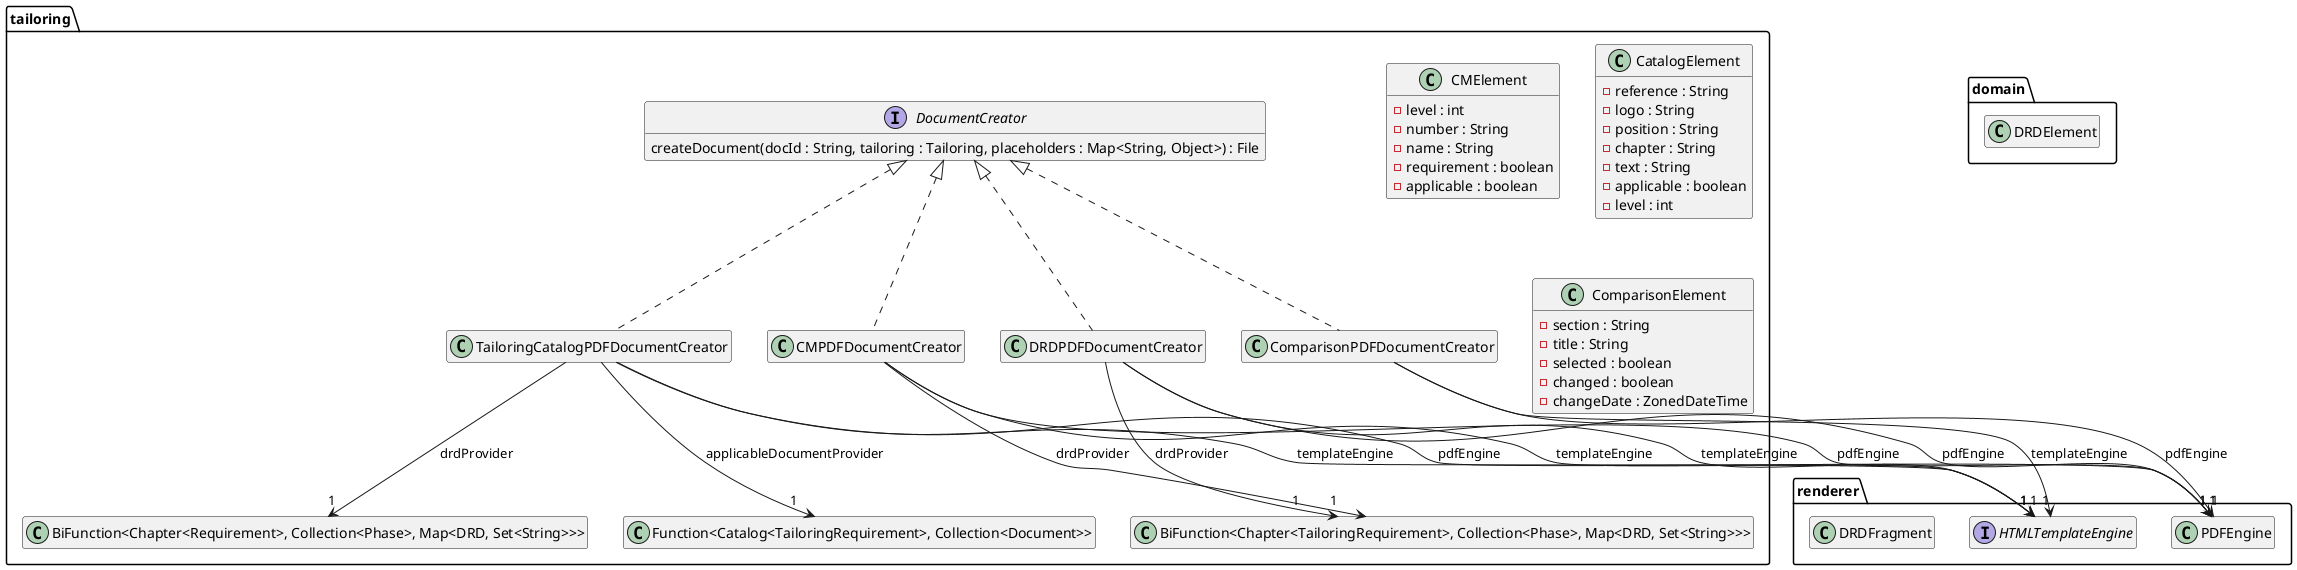
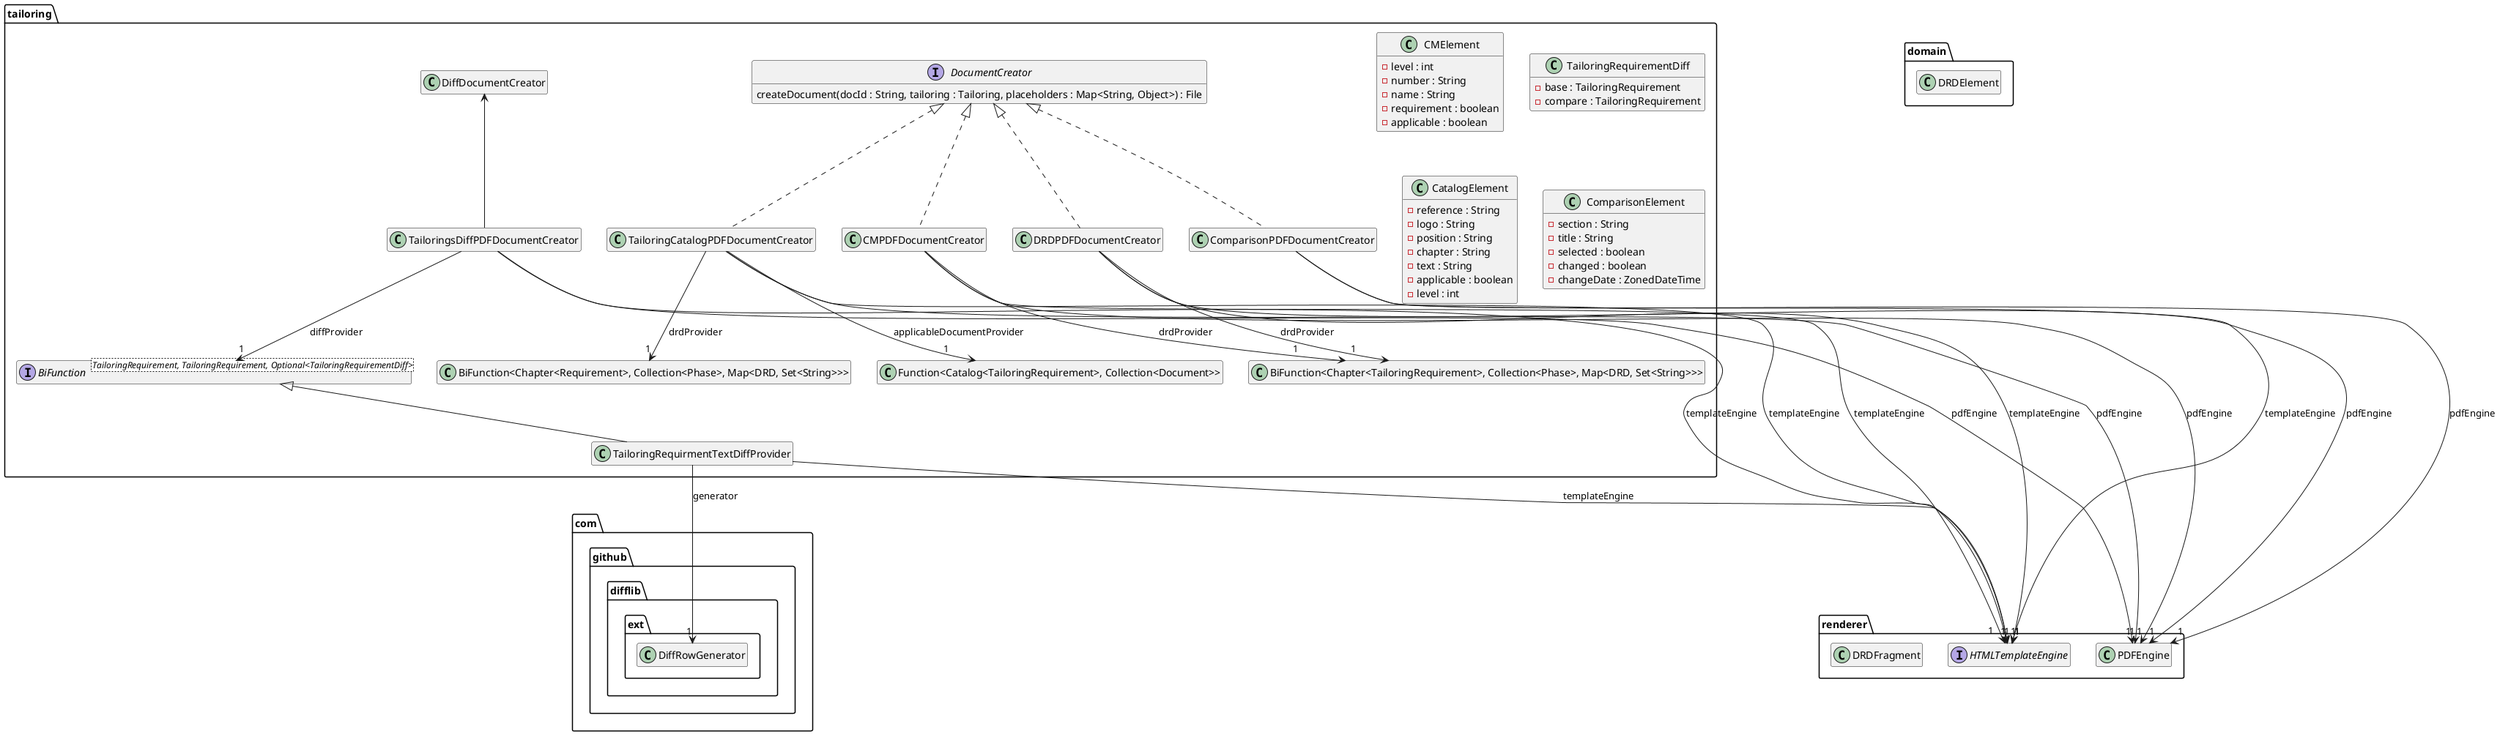
@startuml Ebene3.png
hide empty members
+ 
+ package com.github.difflib.ext {
+     class DiffRowGenerator
+ }

package domain {
    class DRDElement
}
package renderer {
    interface HTMLTemplateEngine
    class PDFEngine
    class DRDFragment
}

package tailoring {

    interface DocumentCreator {
        createDocument(docId : String, tailoring : Tailoring, placeholders : Map<String, Object>) : File
    }

    class TailoringCatalogPDFDocumentCreator {
    }
    DocumentCreator <|.. TailoringCatalogPDFDocumentCreator
    TailoringCatalogPDFDocumentCreator --> "1" "BiFunction<Chapter<Requirement>, Collection<Phase>, Map<DRD, Set<String>>>" : drdProvider
    TailoringCatalogPDFDocumentCreator --> "1" "Function<Catalog<TailoringRequirement>, Collection<Document>>" : applicableDocumentProvider
    TailoringCatalogPDFDocumentCreator --> "1" HTMLTemplateEngine : templateEngine
    TailoringCatalogPDFDocumentCreator --> "1" PDFEngine : pdfEngine

    class CMPDFDocumentCreator {
    }
    DocumentCreator <|.. CMPDFDocumentCreator
    CMPDFDocumentCreator --> "1" "BiFunction<Chapter<TailoringRequirement>, Collection<Phase>, Map<DRD, Set<String>>>" : drdProvider
    CMPDFDocumentCreator --> "1" HTMLTemplateEngine : templateEngine
    CMPDFDocumentCreator --> "1" PDFEngine : pdfEngine


    class CMElement {
        -level : int
        -number : String
        -name : String
        -requirement : boolean
        -applicable : boolean
    }

+     class TailoringRequirementDiff {
+         -base : TailoringRequirement
+         -compare : TailoringRequirement
+     }

    class DRDPDFDocumentCreator {
    }
    DocumentCreator <|.. DRDPDFDocumentCreator
    DRDPDFDocumentCreator --> "1" "BiFunction<Chapter<TailoringRequirement>, Collection<Phase>, Map<DRD, Set<String>>>" : drdProvider
    DRDPDFDocumentCreator --> "1" HTMLTemplateEngine : templateEngine
    DRDPDFDocumentCreator --> "1" PDFEngine : pdfEngine


    class CatalogElement {
        -reference : String
        -logo : String
        -position : String
        -chapter : String
        -text : String
        -applicable : boolean
        -level : int
    }


    class ComparisonPDFDocumentCreator {
    }
    DocumentCreator <|.. ComparisonPDFDocumentCreator
    ComparisonPDFDocumentCreator --> "1" HTMLTemplateEngine : templateEngine
    ComparisonPDFDocumentCreator --> "1" PDFEngine : pdfEngine

    class ComparisonElement {
        -section : String
        -title : String
        -selected : boolean
        -changed : boolean
        -changeDate : ZonedDateTime
    }
+ 
+     interface "BiFunction<TailoringRequirement, TailoringRequirement, Optional<TailoringRequirementDiff>>" as tailoringRequirmentTextDiff
+     class TailoringRequirmentTextDiffProvider     {
+ 
+     }
+     TailoringRequirmentTextDiffProvider --> "1" DiffRowGenerator : generator
+     TailoringRequirmentTextDiffProvider --> "1" HTMLTemplateEngine : templateEngine
+     tailoringRequirmentTextDiff <|-- TailoringRequirmentTextDiffProvider
+ 
+     class TailoringsDiffPDFDocumentCreator {
+     }
+     TailoringsDiffPDFDocumentCreator --> "1" tailoringRequirmentTextDiff : diffProvider
+     TailoringsDiffPDFDocumentCreator --> "1" HTMLTemplateEngine : templateEngine
+     TailoringsDiffPDFDocumentCreator --> "1" PDFEngine : pdfEngine
+     DiffDocumentCreator <-- TailoringsDiffPDFDocumentCreator
}
@enduml
